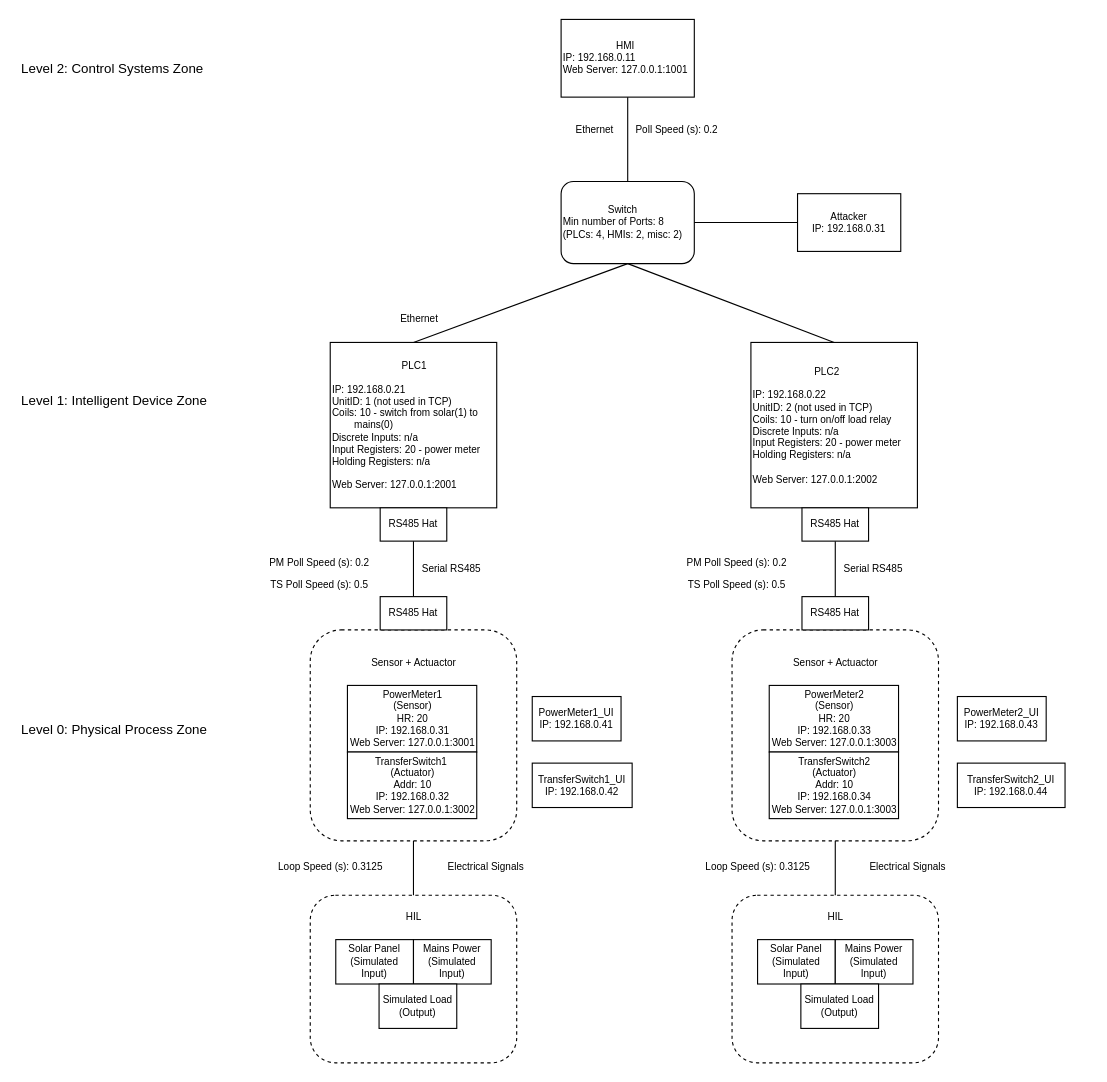
JaxsonBrownie/ICS_Simulation keeps this draw.io diagram as documentation/diagrams/ICS Detailed Diagram.drawio. Above is the earlier version. Source tidied: cells renumbered, new cells numbered last; positions are measured from the earlier drawing's top-left corner, leaving out a move shared by most shapes. Both pictures are drawn from the tidied source at 111%, with x=0, y=0 at pixel (19, 19).
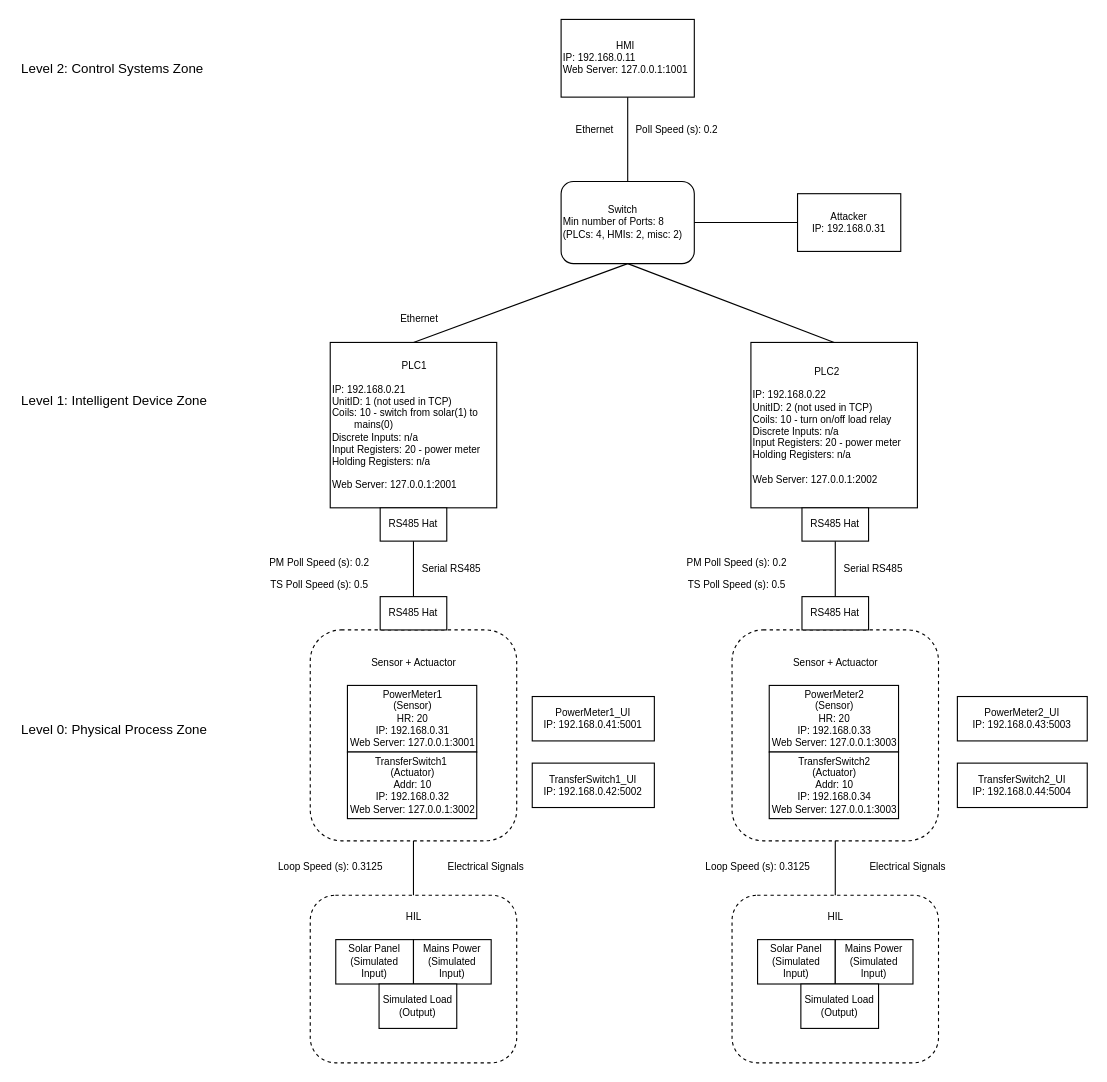
The same page after the edit.

The edit, as a diff of the source:
```diff
@@
-    <mxCell id="53" value="PowerMeter1_UI&lt;div&gt;&lt;span style=&quot;background-color: initial;&quot;&gt;IP: 192.168.0.41&lt;/span&gt;&lt;/div&gt;" style="rounded=0;whiteSpace=wrap;html=1;fontSize=9;align=center;" parent="1" vertex="1">
-      <mxGeometry x="462" y="610" width="80" height="40" as="geometry" />
+    <mxCell id="53" value="PowerMeter1_UI&lt;div&gt;&lt;span style=&quot;background-color: initial;&quot;&gt;IP: 192.168.0.41:5001&lt;/span&gt;&lt;/div&gt;" style="rounded=0;whiteSpace=wrap;html=1;fontSize=9;align=center;" parent="1" vertex="1">
+      <mxGeometry x="462" y="610" width="110" height="40" as="geometry" />
     </mxCell>
-    <mxCell id="54" value="&lt;div&gt;&lt;span style=&quot;background-color: initial;&quot;&gt;TransferSwitch1_UI&lt;/span&gt;&lt;/div&gt;&lt;div&gt;&lt;span style=&quot;background-color: initial;&quot;&gt;IP: 192.168.0.42&lt;/span&gt;&lt;/div&gt;" style="rounded=0;whiteSpace=wrap;html=1;fontSize=9;align=center;" parent="1" vertex="1">
-      <mxGeometry x="462" y="670" width="90" height="40" as="geometry" />
+    <mxCell id="54" value="&lt;div&gt;&lt;span style=&quot;background-color: initial;&quot;&gt;TransferSwitch1_UI&lt;/span&gt;&lt;/div&gt;&lt;div&gt;&lt;span style=&quot;background-color: initial;&quot;&gt;IP: 192.168.0.42:5002&lt;/span&gt;&lt;/div&gt;" style="rounded=0;whiteSpace=wrap;html=1;fontSize=9;align=center;" parent="1" vertex="1">
+      <mxGeometry x="462" y="670" width="110" height="40" as="geometry" />
     </mxCell>
-    <mxCell id="55" value="PowerMeter2_UI&lt;div&gt;&lt;span style=&quot;background-color: initial;&quot;&gt;IP: 192.168.0.43&lt;/span&gt;&lt;/div&gt;" style="rounded=0;whiteSpace=wrap;html=1;fontSize=9;align=center;" parent="1" vertex="1">
-      <mxGeometry x="845" y="610" width="80" height="40" as="geometry" />
+    <mxCell id="55" value="PowerMeter2_UI&lt;div&gt;&lt;span style=&quot;background-color: initial;&quot;&gt;IP: 192.168.0.43:5003&lt;/span&gt;&lt;/div&gt;" style="rounded=0;whiteSpace=wrap;html=1;fontSize=9;align=center;" parent="1" vertex="1">
+      <mxGeometry x="845" y="610" width="117" height="40" as="geometry" />
     </mxCell>
-    <mxCell id="56" value="TransferSwitch2_UI&lt;div&gt;&lt;span style=&quot;background-color: initial;&quot;&gt;IP: 192.168.0.44&lt;/span&gt;&lt;/div&gt;" style="rounded=0;whiteSpace=wrap;html=1;fontSize=9;align=center;" parent="1" vertex="1">
-      <mxGeometry x="845" y="670" width="97" height="40" as="geometry" />
+    <mxCell id="56" value="TransferSwitch2_UI&lt;div&gt;&lt;span style=&quot;background-color: initial;&quot;&gt;IP: 192.168.0.44:5004&lt;/span&gt;&lt;/div&gt;" style="rounded=0;whiteSpace=wrap;html=1;fontSize=9;align=center;" parent="1" vertex="1">
+      <mxGeometry x="845" y="670" width="117" height="40" as="geometry" />
     </mxCell>
```
